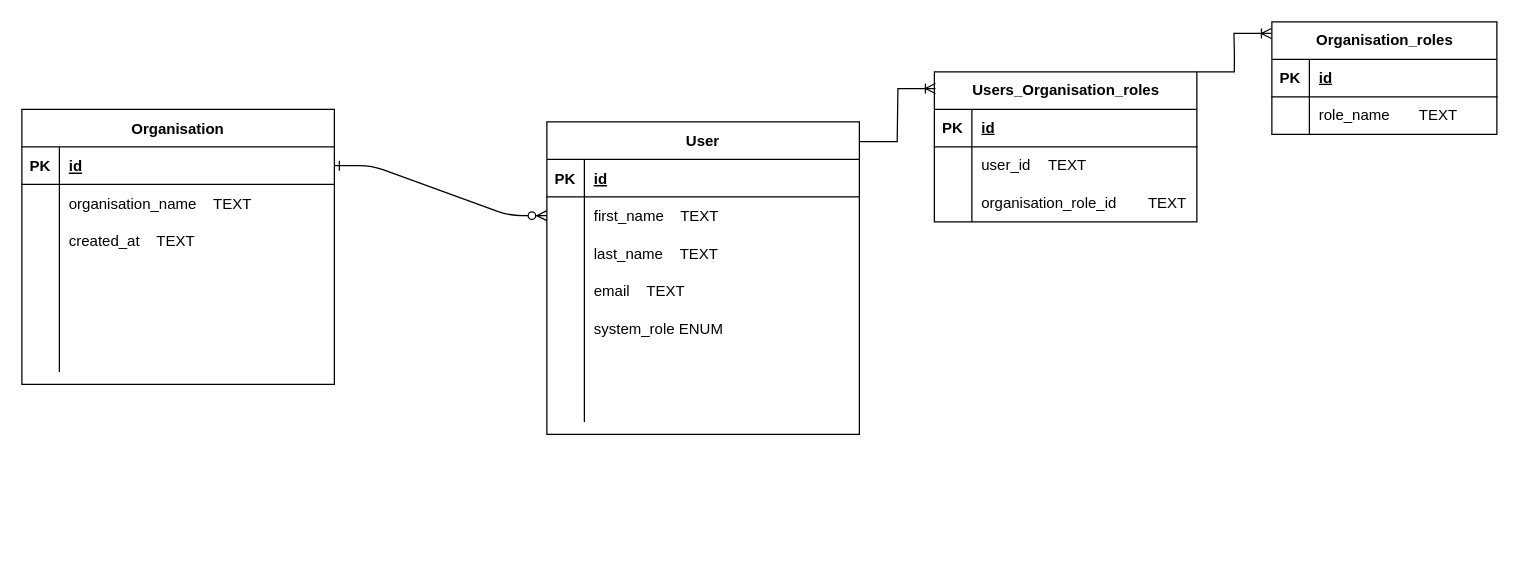
The draw.io diagram Database diagram.drawio in TobiasRoland123/work, before the edit. Source tidied: cells renumbered, new cells numbered last; positions are measured from the earlier drawing's top-left corner, leaving out a move shared by most shapes. Both pictures are drawn from the tidied source at 125%, with x=0, y=0 at pixel (21, 21).
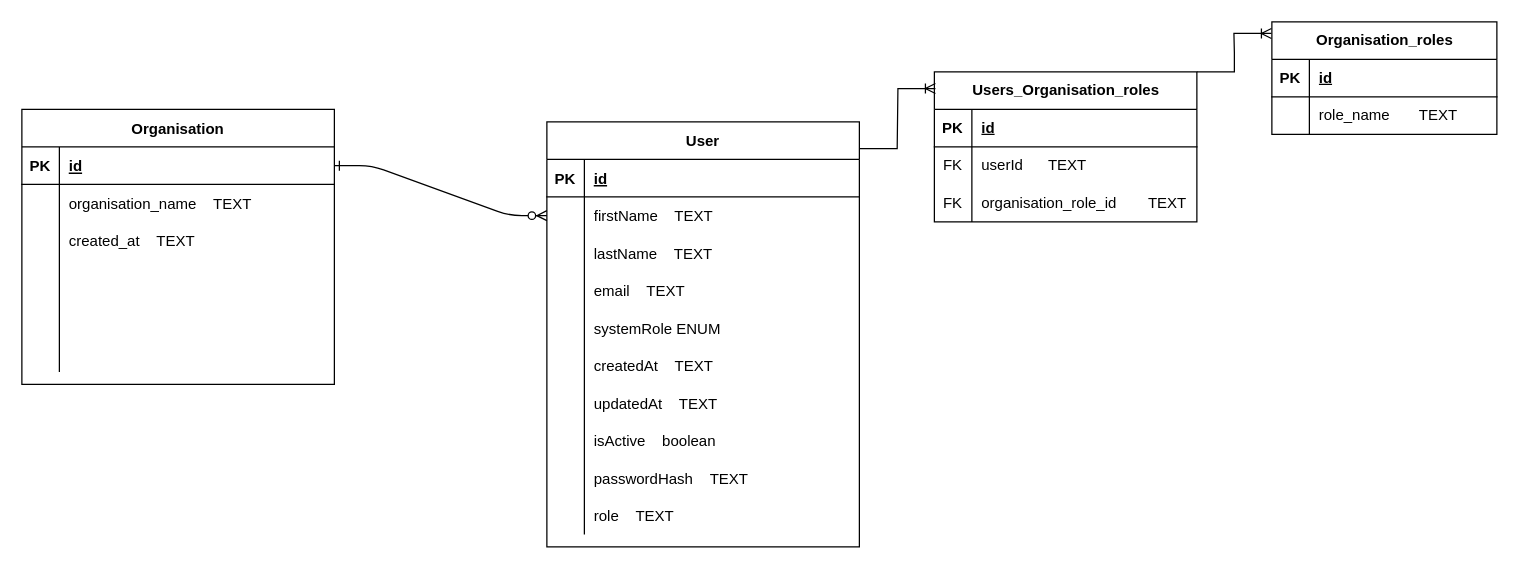
The same page after the edit.

Unchanged cells that the change refers to:
```xml
<mxCell id="7" style="shape=partialRectangle;fillColor=none;points=[[0,0.5],[1,0.5]];portConstraint=eastwest;top=0;left=0;right=0;bottom=0;labelBackgroundColor=none;" parent="3" vertex="1">
  <mxGeometry y="60" width="250" height="30" as="geometry" />
</mxCell>
<mxCell id="10" style="shape=partialRectangle;fillColor=none;top=0;left=0;right=0;bottom=0;labelBackgroundColor=none;" parent="3" vertex="1">
  <mxGeometry y="90" width="250" height="30" as="geometry" />
</mxCell>
<mxCell id="16" style="shape=partialRectangle;fillColor=none;top=0;left=0;right=0;bottom=0;labelBackgroundColor=none;" parent="3" vertex="1">
  <mxGeometry y="150" width="250" height="30" as="geometry" />
</mxCell>
<mxCell id="19" style="shape=partialRectangle;fillColor=none;top=0;left=0;right=0;bottom=0;labelBackgroundColor=none;" parent="3" vertex="1">
  <mxGeometry y="180" width="250" height="30" as="geometry" />
</mxCell>
<mxCell id="22" style="shape=partialRectangle;fillColor=none;top=0;left=0;right=0;bottom=0;labelBackgroundColor=none;" parent="3" vertex="1">
  <mxGeometry y="210" width="250" height="30" as="geometry" />
</mxCell>
<mxCell id="55" style="shape=tableRow;horizontal=0;startSize=0;swimlaneHead=0;swimlaneBody=0;fillColor=none;top=0;left=0;right=0;bottom=0;" parent="51" vertex="1">
  <mxGeometry y="60" width="210" height="30" as="geometry" />
</mxCell>
<mxCell id="58" style="shape=tableRow;horizontal=0;startSize=0;swimlaneHead=0;swimlaneBody=0;fillColor=none;top=0;left=0;right=0;bottom=0;" parent="51" vertex="1">
  <mxGeometry y="90" width="210" height="30" as="geometry" />
</mxCell>
```

The edit, as a diff of the source:
```diff
@@
     <mxCell id="3" value="User" style="shape=table;startSize=30;childLayout=tableLayout;rowLines=0;fontStyle=1;align=center;labelBackgroundColor=none;" parent="1" vertex="1">
-      <mxGeometry x="420" y="80" width="250" height="250" as="geometry" />
+      <mxGeometry x="420" y="80" width="250" height="340" as="geometry" />
     </mxCell>
@@
-    <mxCell id="9" value="first_name    TEXT" style="shape=partialRectangle;overflow=hidden;fillColor=none;top=0;left=0;bottom=0;right=0;align=left;spacingLeft=6;labelBackgroundColor=none;" parent="7" vertex="1">
+    <mxCell id="9" value="firstName    TEXT" style="shape=partialRectangle;overflow=hidden;fillColor=none;top=0;left=0;bottom=0;right=0;align=left;spacingLeft=6;labelBackgroundColor=none;" parent="7" vertex="1">
       <mxGeometry x="30" width="220" height="30" as="geometry" />
     </mxCell>
@@
-    <mxCell id="12" value="last_name    TEXT" style="shape=partialRectangle;overflow=hidden;fillColor=none;top=0;left=0;bottom=0;right=0;align=left;spacingLeft=6;labelBackgroundColor=none;" parent="10" vertex="1">
+    <mxCell id="12" value="lastName    TEXT" style="shape=partialRectangle;overflow=hidden;fillColor=none;top=0;left=0;bottom=0;right=0;align=left;spacingLeft=6;labelBackgroundColor=none;" parent="10" vertex="1">
       <mxGeometry x="30" width="220" height="30" as="geometry" />
     </mxCell>
@@
-    <mxCell id="18" value="system_role ENUM" style="shape=partialRectangle;overflow=hidden;fillColor=none;top=0;left=0;bottom=0;right=0;align=left;spacingLeft=6;labelBackgroundColor=none;" parent="16" vertex="1">
+    <mxCell id="18" value="systemRole ENUM" style="shape=partialRectangle;overflow=hidden;fillColor=none;top=0;left=0;bottom=0;right=0;align=left;spacingLeft=6;labelBackgroundColor=none;" parent="16" vertex="1">
       <mxGeometry x="30" width="220" height="30" as="geometry" />
     </mxCell>
@@
-    <mxCell id="21" style="shape=partialRectangle;overflow=hidden;fillColor=none;top=0;left=0;bottom=0;right=0;align=left;spacingLeft=6;labelBackgroundColor=none;" parent="19" vertex="1">
+    <mxCell id="21" value="createdAt    TEXT" style="shape=partialRectangle;overflow=hidden;fillColor=none;top=0;left=0;bottom=0;right=0;align=left;spacingLeft=6;labelBackgroundColor=none;" parent="19" vertex="1">
       <mxGeometry x="30" width="220" height="30" as="geometry" />
     </mxCell>
@@
-    <mxCell id="24" style="shape=partialRectangle;overflow=hidden;fillColor=none;top=0;left=0;bottom=0;right=0;align=left;spacingLeft=6;labelBackgroundColor=none;" parent="22" vertex="1">
+    <mxCell id="24" value="updatedAt    TEXT" style="shape=partialRectangle;overflow=hidden;fillColor=none;top=0;left=0;bottom=0;right=0;align=left;spacingLeft=6;labelBackgroundColor=none;" parent="22" vertex="1">
       <mxGeometry x="30" width="220" height="30" as="geometry" />
     </mxCell>
+    <mxCell id="63" style="shape=partialRectangle;fillColor=none;top=0;left=0;right=0;bottom=0;labelBackgroundColor=none;" parent="3" vertex="1">
+      <mxGeometry y="240" width="250" height="30" as="geometry" />
+    </mxCell>
+    <mxCell id="64" style="shape=partialRectangle;overflow=hidden;fillColor=none;top=0;left=0;bottom=0;right=0;labelBackgroundColor=none;" parent="63" vertex="1">
+      <mxGeometry width="30" height="30" as="geometry" />
+    </mxCell>
+    <mxCell id="65" value="isActive    boolean" style="shape=partialRectangle;overflow=hidden;fillColor=none;top=0;left=0;bottom=0;right=0;align=left;spacingLeft=6;labelBackgroundColor=none;" parent="63" vertex="1">
+      <mxGeometry x="30" width="220" height="30" as="geometry" />
+    </mxCell>
+    <mxCell id="66" style="shape=partialRectangle;fillColor=none;top=0;left=0;right=0;bottom=0;labelBackgroundColor=none;" parent="3" vertex="1">
+      <mxGeometry y="270" width="250" height="30" as="geometry" />
+    </mxCell>
+    <mxCell id="67" style="shape=partialRectangle;overflow=hidden;fillColor=none;top=0;left=0;bottom=0;right=0;labelBackgroundColor=none;" parent="66" vertex="1">
+      <mxGeometry width="30" height="30" as="geometry" />
+    </mxCell>
+    <mxCell id="68" value="passwordHash    TEXT" style="shape=partialRectangle;overflow=hidden;fillColor=none;top=0;left=0;bottom=0;right=0;align=left;spacingLeft=6;labelBackgroundColor=none;" parent="66" vertex="1">
+      <mxGeometry x="30" width="220" height="30" as="geometry" />
+    </mxCell>
+    <mxCell id="69" style="shape=partialRectangle;fillColor=none;top=0;left=0;right=0;bottom=0;labelBackgroundColor=none;" parent="3" vertex="1">
+      <mxGeometry y="300" width="250" height="30" as="geometry" />
+    </mxCell>
+    <mxCell id="70" style="shape=partialRectangle;overflow=hidden;fillColor=none;top=0;left=0;bottom=0;right=0;labelBackgroundColor=none;" parent="69" vertex="1">
+      <mxGeometry width="30" height="30" as="geometry" />
+    </mxCell>
+    <mxCell id="71" value="role    TEXT" style="shape=partialRectangle;overflow=hidden;fillColor=none;top=0;left=0;bottom=0;right=0;align=left;spacingLeft=6;labelBackgroundColor=none;" parent="69" vertex="1">
+      <mxGeometry x="30" width="220" height="30" as="geometry" />
+    </mxCell>
@@
-    <mxCell id="56" style="shape=partialRectangle;fillColor=none;top=0;left=0;bottom=0;right=0;overflow=hidden;whiteSpace=wrap;html=1;" parent="55" vertex="1">
+    <mxCell id="56" value="FK" style="shape=partialRectangle;fillColor=none;top=0;left=0;bottom=0;right=0;overflow=hidden;whiteSpace=wrap;html=1;" parent="55" vertex="1">
       <mxGeometry width="30" height="30" as="geometry" />
     </mxCell>
-    <mxCell id="57" value="user_id&lt;span style=&quot;white-space: pre;&quot;&gt;&#9;&lt;/span&gt;TEXT" style="shape=partialRectangle;fillColor=none;top=0;left=0;bottom=0;right=0;align=left;spacingLeft=6;overflow=hidden;whiteSpace=wrap;html=1;" parent="55" vertex="1">
+    <mxCell id="57" value="userId&lt;span style=&quot;white-space: pre;&quot;&gt;&#9;&lt;/span&gt;TEXT" style="shape=partialRectangle;fillColor=none;top=0;left=0;bottom=0;right=0;align=left;spacingLeft=6;overflow=hidden;whiteSpace=wrap;html=1;" parent="55" vertex="1">
       <mxGeometry x="30" width="180" height="30" as="geometry" />
     </mxCell>
@@
-    <mxCell id="59" style="shape=partialRectangle;fillColor=none;top=0;left=0;bottom=0;right=0;overflow=hidden;whiteSpace=wrap;html=1;" parent="58" vertex="1">
+    <mxCell id="59" value="FK" style="shape=partialRectangle;fillColor=none;top=0;left=0;bottom=0;right=0;overflow=hidden;whiteSpace=wrap;html=1;" parent="58" vertex="1">
       <mxGeometry width="30" height="30" as="geometry" />
     </mxCell>
```
